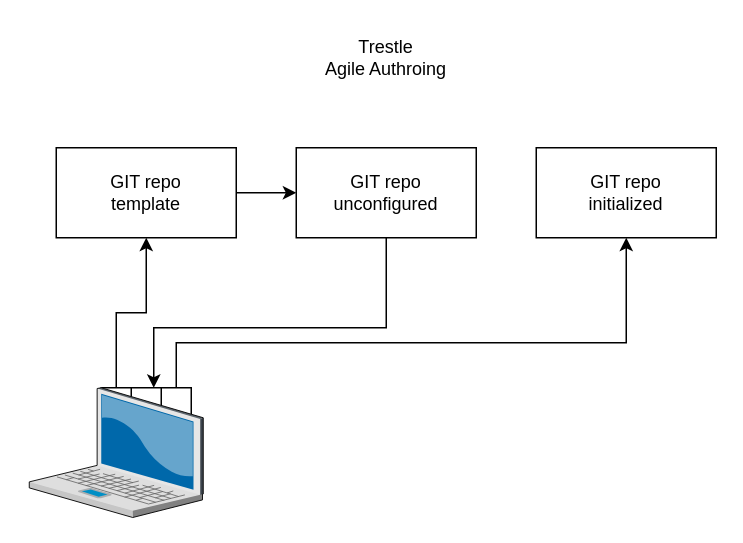
Before: drawio/onetime-setup.drawio in oscal-compass/compliance-trestle-agile-authoring, a draw.io diagram. Source tidied: cells renumbered, new cells numbered last; positions are measured from the earlier drawing's top-left corner, leaving out a move shared by most shapes. Both pictures are drawn from the tidied source at 150%, with x=0, y=0 at pixel (28, 27).
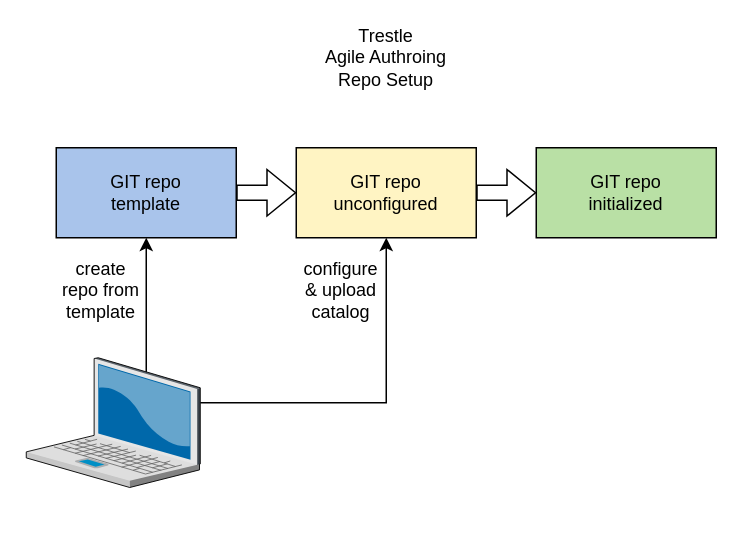
The same diagram, later.

Change to the diagram source:
```diff
@@
 <mxGraphModel>
   <root>
     <mxCell id="0" />
     <mxCell id="1" parent="0" />
-    <mxCell id="2" style="rounded=0;whiteSpace=wrap;html=1;" parent="1" vertex="1">
-      <mxGeometry x="88" y="240" width="20" height="20" as="geometry" />
-    </mxCell>
-    <mxCell id="3" style="rounded=0;whiteSpace=wrap;html=1;" parent="1" vertex="1">
-      <mxGeometry x="68" y="240" width="20" height="20" as="geometry" />
-    </mxCell>
+    <mxCell id="5" style="edgeStyle=orthogonalEdgeStyle;rounded=0;jettySize=auto;html=1;exitX=0.5;exitY=0;exitDx=0;exitDy=0;entryX=0.5;entryY=1;entryDx=0;entryDy=0;" parent="1" edge="1" source="4" target="7">
+      <mxGeometry relative="1" as="geometry" />
+    </mxCell>
+    <mxCell id="14" style="edgeStyle=orthogonalEdgeStyle;rounded=0;jettySize=auto;html=1;exitX=1;exitY=0.5;exitDx=0;exitDy=0;" parent="1" edge="1" source="4" target="11">
+      <mxGeometry relative="1" as="geometry" />
+    </mxCell>
     <mxCell id="4" style="rounded=0;whiteSpace=wrap;html=1;" parent="1" vertex="1">
-      <mxGeometry x="48" y="240" width="20" height="20" as="geometry" />
+      <mxGeometry x="68" y="240" width="20" height="20" as="geometry" />
     </mxCell>
-    <mxCell id="5" style="edgeStyle=orthogonalEdgeStyle;rounded=0;jettySize=auto;html=1;exitX=0.5;exitY=0;exitDx=0;exitDy=0;entryX=0.5;entryY=1;entryDx=0;entryDy=0;" parent="1" edge="1" source="4" target="7">
-      <mxGeometry relative="1" as="geometry" />
-    </mxCell>
-    <mxCell id="6" style="edgeStyle=orthogonalEdgeStyle;rounded=0;jettySize=auto;html=1;exitX=1;exitY=0.5;exitDx=0;exitDy=0;entryX=0;entryY=0.5;entryDx=0;entryDy=0;" parent="1" edge="1" source="7" target="11">
+    <mxCell id="6" style="edgeStyle=orthogonalEdgeStyle;rounded=0;jettySize=auto;html=1;exitX=1;exitY=0.5;exitDx=0;exitDy=0;entryX=0;entryY=0.5;entryDx=0;entryDy=0;shape=flexArrow;" parent="1" edge="1" source="7" target="11">
       <mxGeometry relative="1" as="geometry" />
     </mxCell>
-    <mxCell id="7" value="GIT repo&lt;br&gt;template" style="rounded=0;whiteSpace=wrap;html=1;" parent="1" vertex="1">
+    <mxCell id="7" value="GIT repo&lt;br&gt;template" style="rounded=0;whiteSpace=wrap;html=1;fillColor=#A9C4EB;" parent="1" vertex="1">
       <mxGeometry x="18" y="80" width="120" height="60" as="geometry" />
     </mxCell>
-    <mxCell id="8" style="edgeStyle=orthogonalEdgeStyle;rounded=0;jettySize=auto;html=1;exitX=0.5;exitY=0;exitDx=0;exitDy=0;entryX=0.5;entryY=1;entryDx=0;entryDy=0;" parent="1" edge="1" source="2" target="9">
-      <mxGeometry relative="1" as="geometry">
-        <Array as="points">
-          <mxPoint x="98" y="210" />
-          <mxPoint x="398" y="210" />
-        </Array>
-      </mxGeometry>
-    </mxCell>
-    <mxCell id="9" value="GIT repo&lt;br&gt;initialized" style="rounded=0;whiteSpace=wrap;html=1;" parent="1" vertex="1">
+    <mxCell id="9" value="GIT repo&lt;br&gt;initialized" style="rounded=0;whiteSpace=wrap;html=1;fillColor=#B9E0A5;" parent="1" vertex="1">
       <mxGeometry x="338" y="80" width="120" height="60" as="geometry" />
     </mxCell>
-    <mxCell id="10" style="edgeStyle=orthogonalEdgeStyle;rounded=0;jettySize=auto;html=1;exitX=0.5;exitY=1;exitDx=0;exitDy=0;entryX=0.75;entryY=0;entryDx=0;entryDy=0;" parent="1" edge="1" source="11" target="3">
-      <mxGeometry relative="1" as="geometry">
-        <Array as="points">
-          <mxPoint x="238" y="200" />
-          <mxPoint x="83" y="200" />
-        </Array>
-      </mxGeometry>
-    </mxCell>
+    <mxCell id="15" style="edgeStyle=orthogonalEdgeStyle;rounded=0;jettySize=auto;html=1;exitX=1;exitY=0.5;exitDx=0;exitDy=0;entryX=0;entryY=0.5;entryDx=0;entryDy=0;shape=flexArrow;" parent="1" edge="1" source="11" target="9">
+      <mxGeometry relative="1" as="geometry" />
+    </mxCell>
-    <mxCell id="11" value="GIT repo&lt;br&gt;unconfigured" style="rounded=0;whiteSpace=wrap;html=1;" parent="1" vertex="1">
+    <mxCell id="11" value="GIT repo&lt;br&gt;unconfigured" style="rounded=0;whiteSpace=wrap;html=1;fillColor=#FFF4C3;" parent="1" vertex="1">
       <mxGeometry x="178" y="80" width="120" height="60" as="geometry" />
     </mxCell>
     <mxCell id="12" style="verticalLabelPosition=bottom;sketch=0;html=1;verticalAlign=top;strokeColor=none;align=center;shape=mxgraph.citrix.laptop_2;" parent="1" vertex="1">
-      <mxGeometry y="240" width="116" height="86.5" as="geometry" />
+      <mxGeometry x="-2" y="220" width="116" height="86.5" as="geometry" />
     </mxCell>
-    <mxCell id="13" value="Trestle&lt;br&gt;Agile Authroing" style="text;html=1;strokeColor=none;fillColor=none;align=center;verticalAlign=middle;whiteSpace=wrap;rounded=0;" parent="1" vertex="1">
+    <mxCell id="13" value="Trestle&lt;br&gt;Agile Authroing&lt;br&gt;Repo Setup" style="text;html=1;strokeColor=none;fillColor=none;align=center;verticalAlign=middle;whiteSpace=wrap;rounded=0;" parent="1" vertex="1">
       <mxGeometry x="178" width="120" height="40" as="geometry" />
     </mxCell>
+    <mxCell id="16" value="create repo from template" style="text;html=1;strokeColor=none;fillColor=none;align=center;verticalAlign=middle;whiteSpace=wrap;rounded=0;" parent="1" vertex="1">
+      <mxGeometry x="18" y="160" width="60" height="30" as="geometry" />
+    </mxCell>
+    <mxCell id="17" value="configure &amp;amp; upload catalog" style="text;html=1;strokeColor=none;fillColor=none;align=center;verticalAlign=middle;whiteSpace=wrap;rounded=0;" parent="1" vertex="1">
+      <mxGeometry x="178" y="160" width="60" height="30" as="geometry" />
+    </mxCell>
   </root>
 </mxGraphModel>
```
